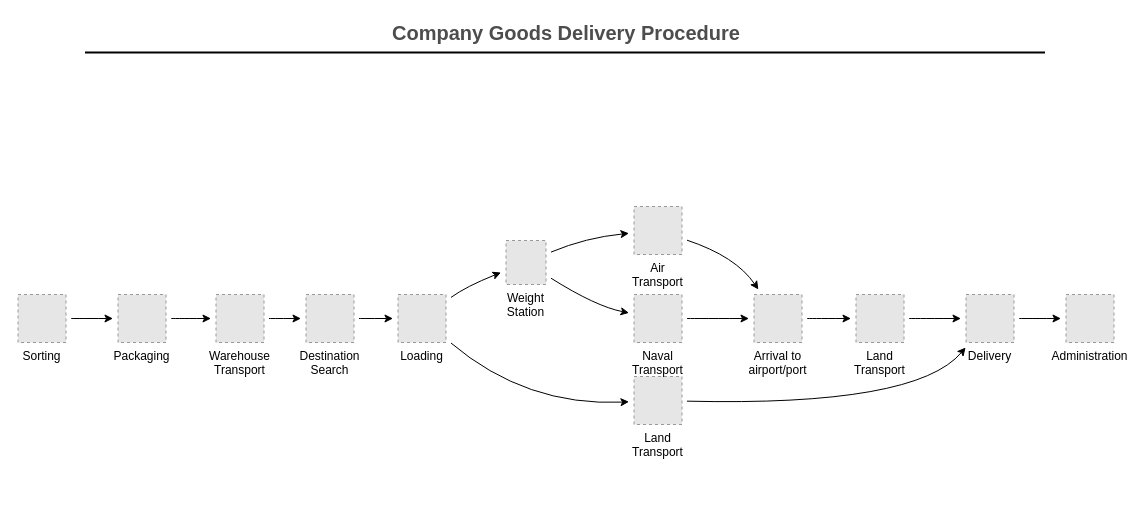
Above: 未命名绘图.drawio in reflander/draw.io (draw.io), before the change. Source tidied: cells renumbered, new cells numbered last; positions are measured from the earlier drawing's top-left corner, leaving out a move shared by most shapes. Both pictures are drawn from the tidied source at 100%, with x=0, y=0 at pixel (17, 17). Pictures stored in the file or linked from it are replaced by grey dashed boxes.
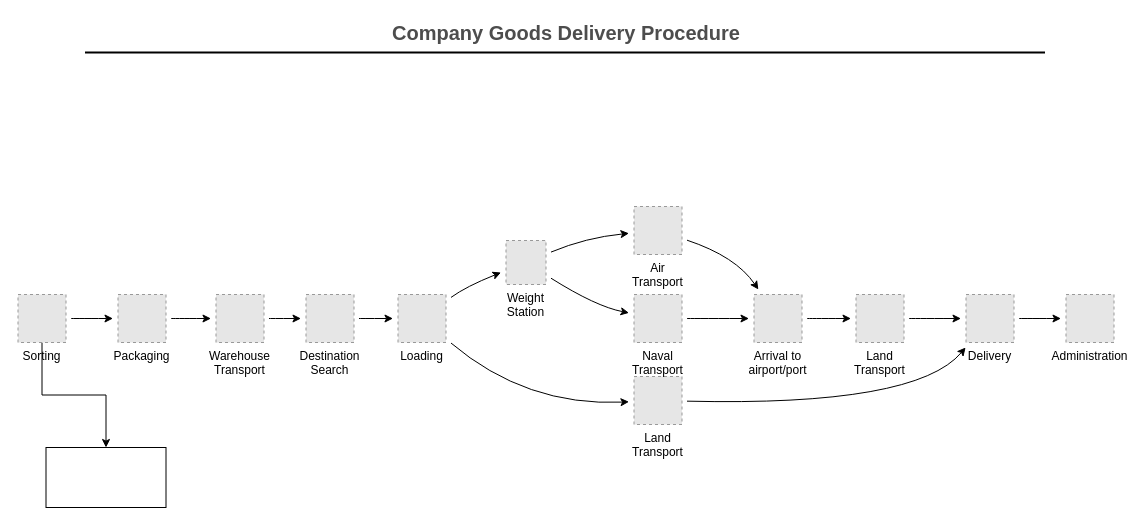
After the change.

Unchanged cells that the change refers to:
```xml
<mxCell id="5" value="Sorting" style="fillColor=#E6E6E6;strokeColor=#999999;dashed=1;verticalLabelPosition=bottom;verticalAlign=top;" parent="1" vertex="1">
  <mxGeometry x="0.5" y="277" width="48" height="48" as="geometry" />
</mxCell>
```

What changed in the source:
```diff
@@
+    <mxCell id="31" style="edgeStyle=orthogonalEdgeStyle;rounded=0;jettySize=auto;html=1;" parent="1" edge="1" source="5" target="32">
+      <mxGeometry relative="1" as="geometry" />
+    </mxCell>
@@
+    <mxCell id="32" style="whiteSpace=wrap;html=1;verticalAlign=top;" parent="1" vertex="1">
+      <mxGeometry x="28.5" y="430" width="120" height="60" as="geometry" />
+    </mxCell>
```
